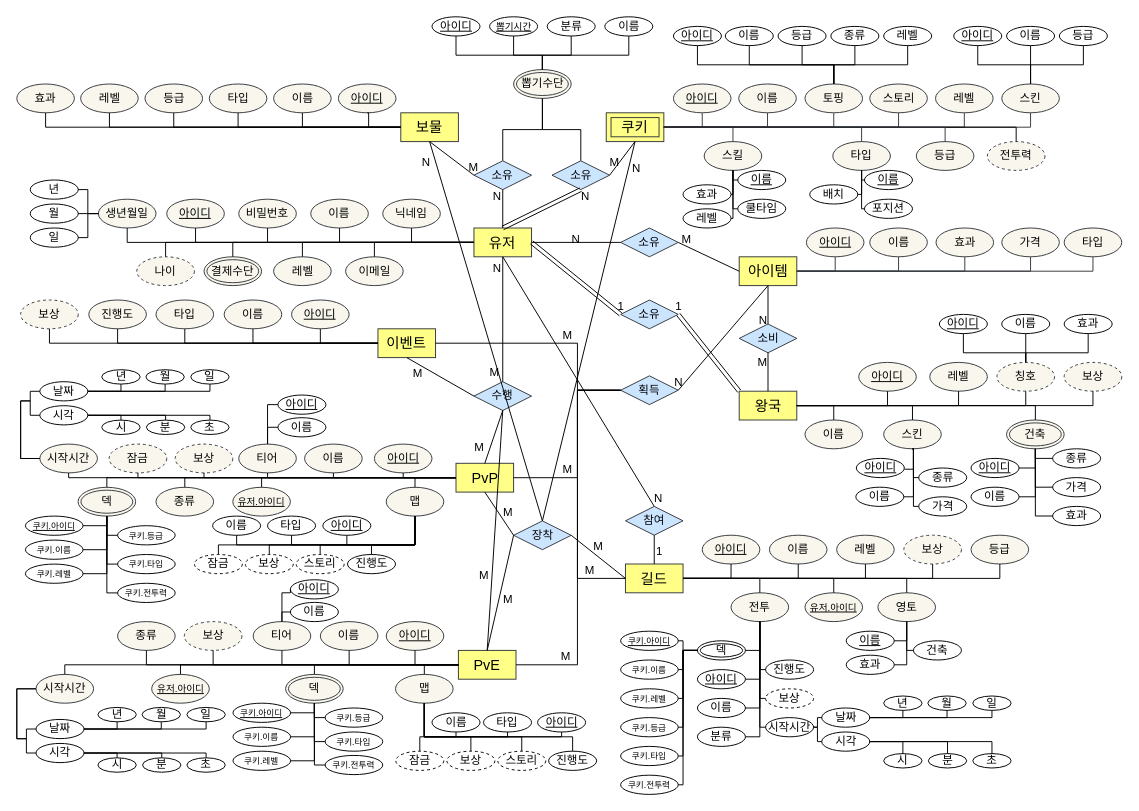
Above: page "페이지-2" (2 of 3) of 제목 없는 다이어그램.drawio in breeze234/web1 (draw.io), before the change. Source tidied: cells renumbered, new cells numbered last; positions are measured from the earlier drawing's top-left corner, leaving out a move shared by most shapes. Both pictures are drawn from the tidied source at 96%, with x=0, y=0 at pixel (16, 16).
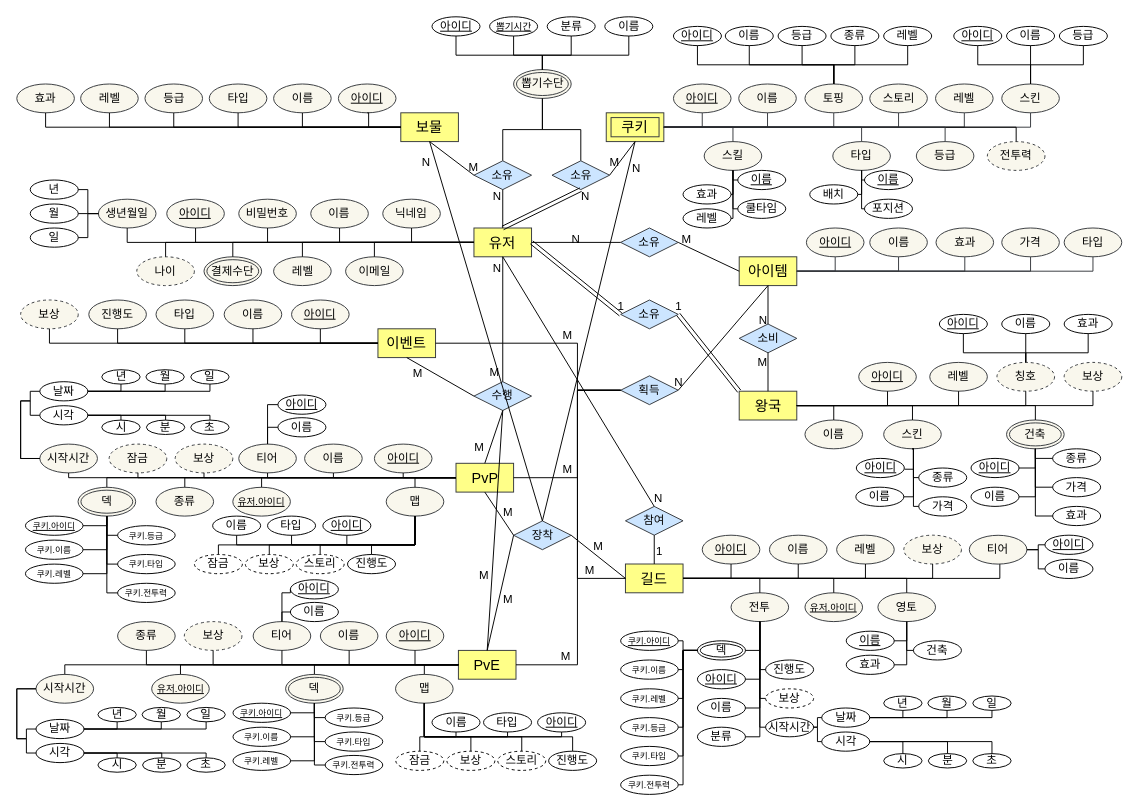
Above is the later version.

Commit message:
제목 없는 다이어그램.drawio 업데이트

Unchanged cells that the change refers to:
```xml
<mxCell id="77" value="&lt;font style=&quot;font-size: 15px;&quot;&gt;길드&lt;/font&gt;" style="whiteSpace=wrap;html=1;align=center;fillColor=#ffff88;strokeColor=#36393d;" parent="1" vertex="1">
  <mxGeometry x="634" y="570" width="60" height="30" as="geometry" />
</mxCell>
```

Diff of the diagram source:
```diff
@@
-    <mxCell id="146" value="등급" style="ellipse;whiteSpace=wrap;html=1;fillColor=#f9f7ed;strokeColor=#36393d;" parent="1" vertex="1">
-      <mxGeometry x="994" y="540" width="60" height="30" as="geometry" />
-    </mxCell>
@@
-    <mxCell id="152" style="endArrow=none;html=1;rounded=0;edgeStyle=orthogonalEdgeStyle;exitX=1;exitY=0.5;exitDx=0;exitDy=0;entryX=0.5;entryY=1;entryDx=0;entryDy=0;" parent="1" edge="1" source="77" target="146">
-      <mxGeometry relative="1" as="geometry" />
+    <mxCell id="152" style="endArrow=none;html=1;rounded=0;edgeStyle=orthogonalEdgeStyle;exitX=1;exitY=0.5;exitDx=0;exitDy=0;entryX=0.5;entryY=1;entryDx=0;entryDy=0;" parent="1" edge="1" source="77">
+      <mxGeometry relative="1" as="geometry">
+        <mxPoint x="1024" y="570" as="targetPoint" />
+        <Array as="points">
+          <mxPoint x="1024" y="585" />
+        </Array>
+      </mxGeometry>
     </mxCell>
@@
+    <mxCell id="422" value="티어" style="ellipse;whiteSpace=wrap;html=1;fillColor=#f9f7ed;strokeColor=#36393d;" parent="1" vertex="1">
+      <mxGeometry x="992.2" y="540.1" width="60" height="30" as="geometry" />
+    </mxCell>
+    <mxCell id="423" value="&lt;u&gt;아이디&lt;/u&gt;" style="ellipse;whiteSpace=wrap;html=1;" parent="1" vertex="1">
+      <mxGeometry x="1071" y="540" width="50" height="20" as="geometry" />
+    </mxCell>
+    <mxCell id="424" value="이름" style="ellipse;whiteSpace=wrap;html=1;" parent="1" vertex="1">
+      <mxGeometry x="1071" y="565.1" width="50" height="20" as="geometry" />
+    </mxCell>
+    <mxCell id="425" style="endArrow=none;html=1;rounded=0;exitX=1;exitY=0.5;exitDx=0;exitDy=0;edgeStyle=orthogonalEdgeStyle;entryX=0;entryY=0.5;entryDx=0;entryDy=0;" parent="1" edge="1" source="422" target="423">
+      <mxGeometry relative="1" as="geometry">
+        <Array as="points">
+          <mxPoint x="1064" y="555" />
+          <mxPoint x="1064" y="550" />
+        </Array>
+      </mxGeometry>
+    </mxCell>
+    <mxCell id="426" style="endArrow=none;html=1;rounded=0;exitX=1;exitY=0.5;exitDx=0;exitDy=0;entryX=0;entryY=0.5;entryDx=0;entryDy=0;edgeStyle=orthogonalEdgeStyle;" parent="1" edge="1" source="422" target="424">
+      <mxGeometry relative="1" as="geometry">
+        <Array as="points">
+          <mxPoint x="1064" y="555" />
+          <mxPoint x="1064" y="575" />
+        </Array>
+      </mxGeometry>
+    </mxCell>
```
